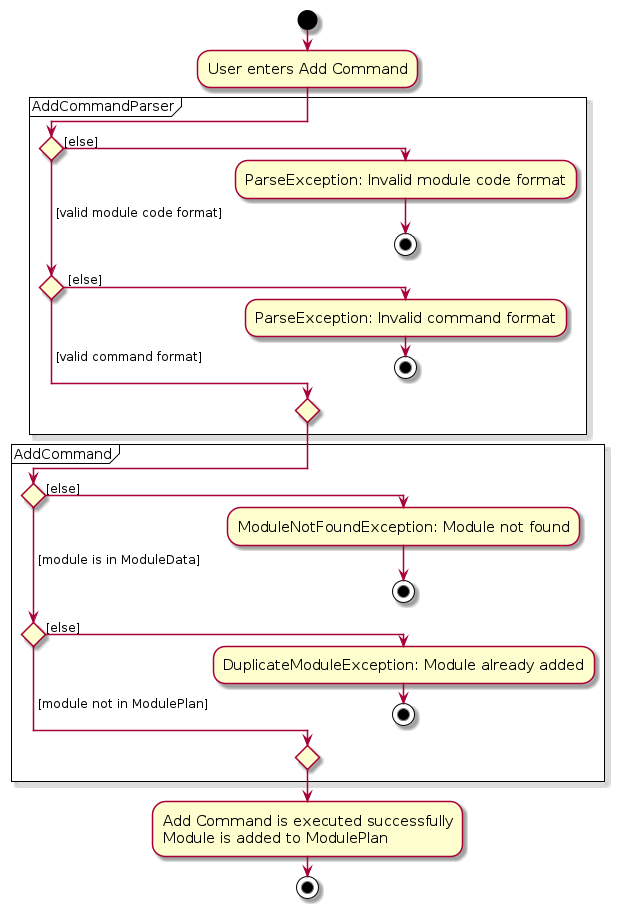
Above: diagrams/AddModuleActivityDiagram.png in ji-just-ji/tp (PlantUML), before the change. Its source is kept beside it as diagrams/AddModuleActivityDiagram.puml.
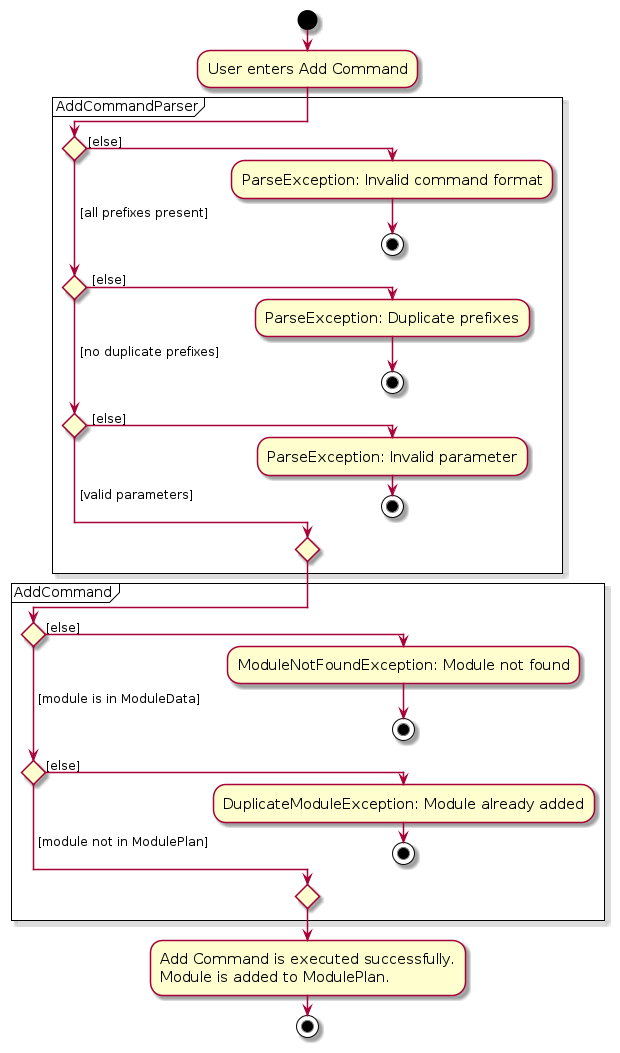
Above is the later version.

Diff of the diagram source:
```diff
@@ -9,13 +9,15 @@
 
  partition AddCommandParser{
     if () then ([else])
-        :ParseException: Invalid module code format;
+        :ParseException: Invalid command format;
            stop
-
-    ( [valid module code format]) elseif () then ( [else])
-        :ParseException: Invalid command format;
+    ( [all prefixes present]) elseif () then ( [else])
+        :ParseException: Duplicate prefixes;
+           stop
+    ( [no duplicate prefixes]) elseif () then ( [else])
+        :ParseException: Invalid parameter;
         stop
-    else ( [valid command format])
+    else ( [valid parameters])
 
     endif
 }
@@ -33,8 +35,8 @@
 endif
 }
 
-:Add Command is executed successfully
-Module is added to ModulePlan;
+:Add Command is executed successfully.
+Module is added to ModulePlan.;
 stop
 
 
```
